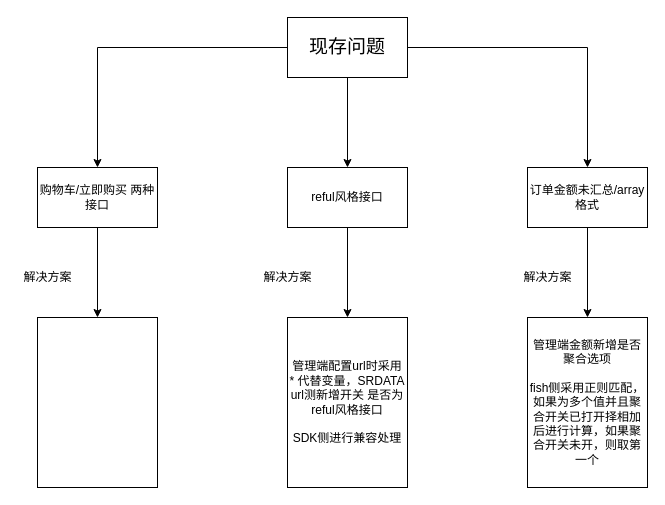
Above: cyou/未命名绘图.drawio in EdenStrive/Internship (draw.io), before the change. Source tidied: cells renumbered, new cells numbered last; positions are measured from the earlier drawing's top-left corner, leaving out a move shared by most shapes. Both pictures are drawn from the tidied source at 100%, with x=0, y=0 at pixel (17, 17).
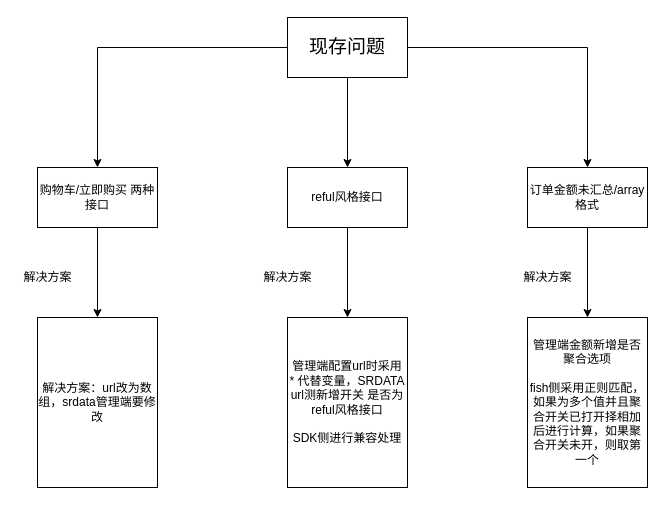
The same diagram, later.

Commit message:
更新未命名绘图.drawio

What changed in the source:
```diff
@@
 <mxGraphModel>
   <root>
     <mxCell id="0" />
     <mxCell id="1" parent="0" />
     <mxCell id="2" style="edgeStyle=orthogonalEdgeStyle;rounded=0;jettySize=auto;html=1;entryX=0.5;entryY=0;entryDx=0;entryDy=0;" parent="1" edge="1" source="5" target="7">
       <mxGeometry relative="1" as="geometry" />
     </mxCell>
     <mxCell id="3" style="edgeStyle=orthogonalEdgeStyle;rounded=0;jettySize=auto;html=1;entryX=0.5;entryY=0;entryDx=0;entryDy=0;" parent="1" edge="1" source="5" target="9">
       <mxGeometry relative="1" as="geometry" />
     </mxCell>
     <mxCell id="4" style="edgeStyle=orthogonalEdgeStyle;rounded=0;jettySize=auto;html=1;exitX=1;exitY=0.5;exitDx=0;exitDy=0;entryX=0.5;entryY=0;entryDx=0;entryDy=0;" parent="1" edge="1" source="5" target="11">
       <mxGeometry relative="1" as="geometry" />
     </mxCell>
     <mxCell id="5" value="&lt;p&gt;&lt;font style=&quot;font-size: 19px&quot;&gt;现存问题&lt;/font&gt;&lt;/p&gt;" style="rounded=0;whiteSpace=wrap;html=1;" parent="1" vertex="1">
       <mxGeometry x="270" width="120" height="60" as="geometry" />
     </mxCell>
     <mxCell id="6" style="edgeStyle=orthogonalEdgeStyle;rounded=0;jettySize=auto;html=1;entryX=0.5;entryY=0;entryDx=0;entryDy=0;" parent="1" edge="1" source="7" target="15">
       <mxGeometry relative="1" as="geometry" />
     </mxCell>
     <mxCell id="7" value="购物车/立即购买 两种接口" style="rounded=0;whiteSpace=wrap;html=1;" parent="1" vertex="1">
       <mxGeometry x="20" y="150" width="120" height="60" as="geometry" />
     </mxCell>
     <mxCell id="8" style="edgeStyle=orthogonalEdgeStyle;rounded=0;jettySize=auto;html=1;entryX=0.5;entryY=0;entryDx=0;entryDy=0;" parent="1" edge="1" source="9" target="12">
       <mxGeometry relative="1" as="geometry" />
     </mxCell>
     <mxCell id="9" value="reful风格接口" style="rounded=0;whiteSpace=wrap;html=1;" parent="1" vertex="1">
       <mxGeometry x="270" y="150" width="120" height="60" as="geometry" />
     </mxCell>
     <mxCell id="10" style="edgeStyle=orthogonalEdgeStyle;rounded=0;jettySize=auto;html=1;entryX=0.5;entryY=0;entryDx=0;entryDy=0;" parent="1" edge="1" source="11" target="14">
       <mxGeometry relative="1" as="geometry" />
     </mxCell>
     <mxCell id="11" value="订单金额未汇总/array格式" style="rounded=0;whiteSpace=wrap;html=1;" parent="1" vertex="1">
       <mxGeometry x="510" y="150" width="120" height="60" as="geometry" />
     </mxCell>
     <mxCell id="12" value="管理端配置url时采用&lt;br&gt;* 代替变量，SRDATA url测新增开关 是否为reful风格接口&lt;br&gt;&lt;br&gt;SDK侧进行兼容处理" style="rounded=0;whiteSpace=wrap;html=1;" parent="1" vertex="1">
       <mxGeometry x="270" y="300" width="120" height="170" as="geometry" />
     </mxCell>
     <mxCell id="13" value="解决方案" style="text;html=1;align=center;verticalAlign=middle;strokeColor=none;" parent="1" vertex="1">
       <mxGeometry x="240" y="250" width="60" height="20" as="geometry" />
     </mxCell>
     <mxCell id="14" value="管理端金额新增是否聚合选项&lt;br&gt;&lt;br&gt;fish侧采用正则匹配，如果为多个值并且聚合开关已打开择相加后进行计算，如果聚合开关未开，则取第一个" style="whiteSpace=wrap;html=1;" parent="1" vertex="1">
       <mxGeometry x="510" y="300" width="120" height="170" as="geometry" />
     </mxCell>
-    <mxCell id="15" style="whiteSpace=wrap;html=1;" parent="1" vertex="1">
+    <mxCell id="15" value="解决方案：url改为数组，srdata管理端要修改" style="whiteSpace=wrap;html=1;" parent="1" vertex="1">
       <mxGeometry x="20" y="300" width="120" height="170" as="geometry" />
     </mxCell>
     <mxCell id="16" value="解决方案" style="text;html=1;align=center;verticalAlign=middle;strokeColor=none;" parent="1" vertex="1">
       <mxGeometry y="250" width="60" height="20" as="geometry" />
     </mxCell>
     <mxCell id="17" value="解决方案" style="text;html=1;align=center;verticalAlign=middle;strokeColor=none;" parent="1" vertex="1">
       <mxGeometry x="500" y="250" width="60" height="20" as="geometry" />
     </mxCell>
   </root>
 </mxGraphModel>
```
